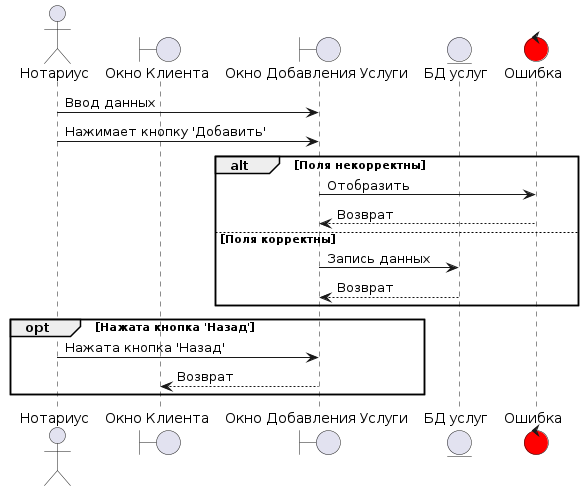
This is Diagrams/images/sequence/Not_Add.png from Student7751/CourseWork, a PlantUML export, as it was before one commit.
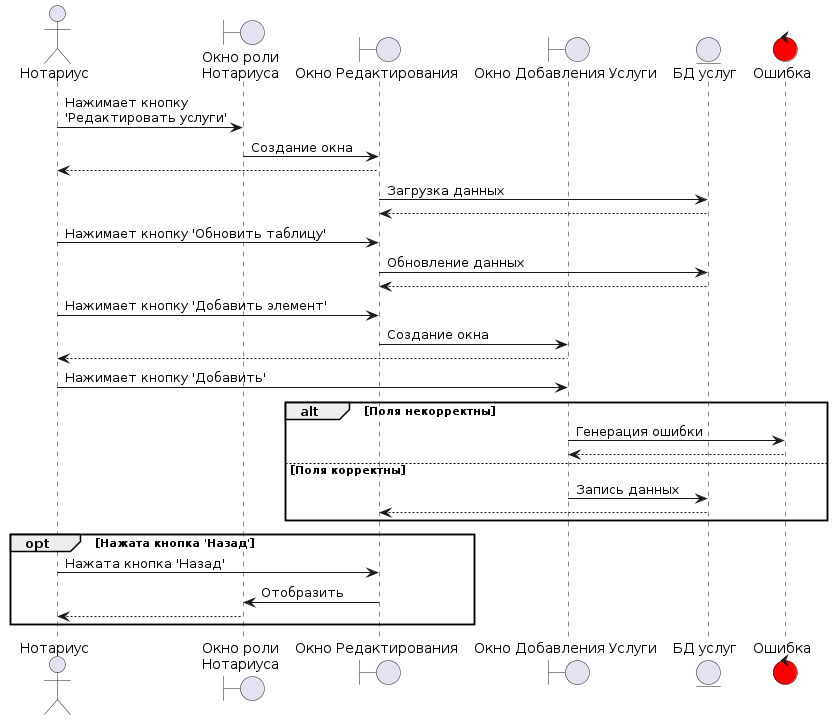
The same diagram one commit later.

Diff of the diagram source:
```diff
@@ -1,26 +1,43 @@
 @startuml
 actor admin as "Нотариус"
 
-boundary "Окно Клиента" as main_window
+boundary "Окно роли\nНотариуса" as main_window
+boundary "Окно Редактирования" as update_offer_window
 boundary "Окно Добавления Услуги" as add_offer_window
 
 entity "БД услуг" as offers_db
 
 control error as "Ошибка" #red
 
-admin -> add_offer_window: Ввод данных
+admin -> main_window : Нажимает кнопку\n'Редактировать услуги'
+
+main_window -> update_offer_window : Создание окна
+update_offer_window --> admin
+update_offer_window -> offers_db : Загрузка данных
+offers_db --> update_offer_window
+
+admin -> update_offer_window: Нажимает кнопку 'Обновить таблицу'
+update_offer_window -> offers_db : Обновление данных
+offers_db --> update_offer_window
+
+admin -> update_offer_window: Нажимает кнопку 'Добавить элемент'
+
+update_offer_window -> add_offer_window : Создание окна
+add_offer_window --> admin
+
 admin -> add_offer_window: Нажимает кнопку 'Добавить'
 
 alt Поля некорректны
-    add_offer_window -> error : Отобразить
-    error --> add_offer_window : Возврат
+    add_offer_window -> error : Генерация ошибки
+    error --> add_offer_window
 else Поля корректны
     add_offer_window -> offers_db : Запись данных
-    offers_db --> add_offer_window : Возврат
+    offers_db --> update_offer_window
 end
 
 opt Нажата кнопка 'Назад'
-    admin -> add_offer_window : Нажата кнопка 'Назад'
-    add_offer_window --> main_window : Возврат
+    admin -> update_offer_window : Нажата кнопка 'Назад'
+    update_offer_window -> main_window : Отобразить
+    main_window --> admin
 end
 @enduml
```
